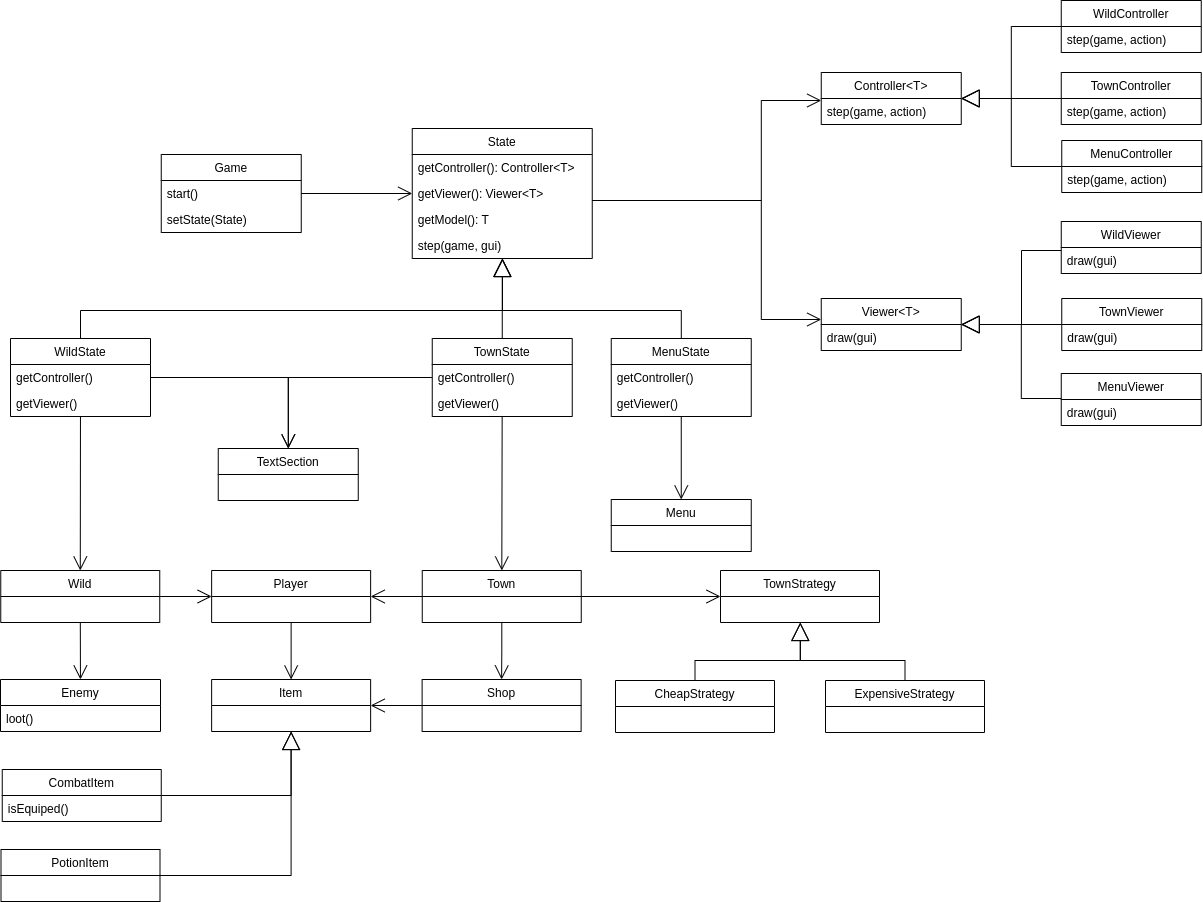
sirkotal/Gradle-Knights keeps this draw.io diagram as docs/uml/UML.png. Above is the earlier version. Source tidied: cells renumbered, new cells last; positions are measured from the earlier drawing's top-left corner, leaving out a move shared by most shapes.
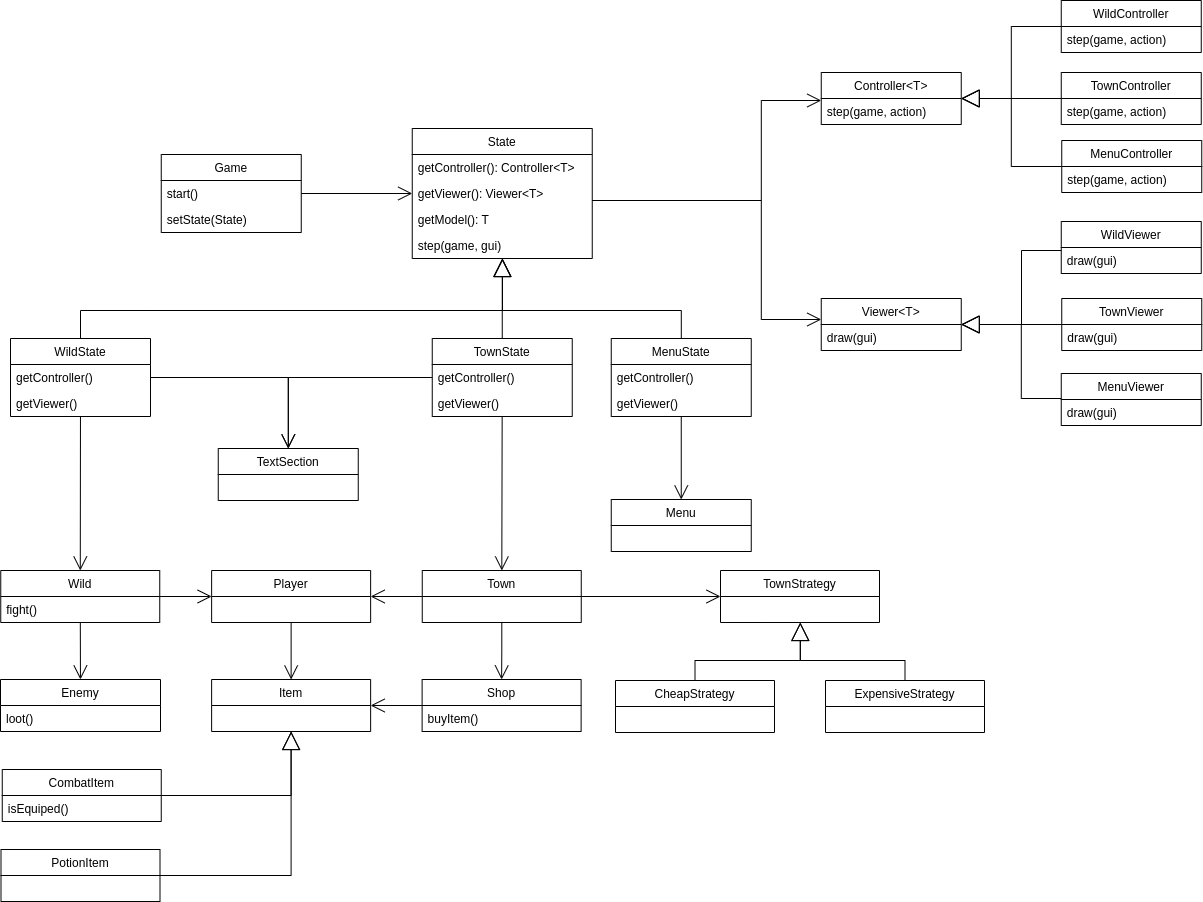
After the change.

Change to the diagram source:
```diff
@@ -107,6 +107,9 @@
     <mxCell id="26" value="Wild" style="swimlane;fontStyle=0;horizontal=1;startSize=26;fillColor=none;" parent="1" vertex="1">
       <mxGeometry x="0.2" y="570" width="159" height="52" as="geometry" />
     </mxCell>
+    <mxCell id="78" value="fight()" style="text;strokeColor=none;fillColor=none;align=left;verticalAlign=top;spacingLeft=4;spacingRight=4;overflow=hidden;" parent="26" vertex="1">
+      <mxGeometry y="26" width="159" height="26" as="geometry" />
+    </mxCell>
     <mxCell id="27" value="Controller&lt;T&gt;" style="swimlane;fontStyle=0;horizontal=1;startSize=26;fillColor=none;" parent="1" vertex="1">
       <mxGeometry x="820.8" y="72" width="140" height="52" as="geometry" />
     </mxCell>
@@ -152,6 +155,9 @@
     <mxCell id="41" value="Shop" style="swimlane;fontStyle=0;horizontal=1;startSize=26;fillColor=none;" parent="1" vertex="1">
       <mxGeometry x="421.6" y="679" width="159" height="52" as="geometry" />
     </mxCell>
+    <mxCell id="79" value="buyItem()" style="text;strokeColor=none;fillColor=none;align=left;verticalAlign=top;spacingLeft=4;spacingRight=4;overflow=hidden;" parent="41" vertex="1">
+      <mxGeometry y="26" width="159" height="26" as="geometry" />
+    </mxCell>
     <mxCell id="42" style="endArrow=open;endFill=1;endSize=12;html=1;rounded=0;edgeStyle=orthogonalEdgeStyle;" parent="1" edge="1" source="25" target="41">
       <mxGeometry relative="1" as="geometry" />
     </mxCell>
```
